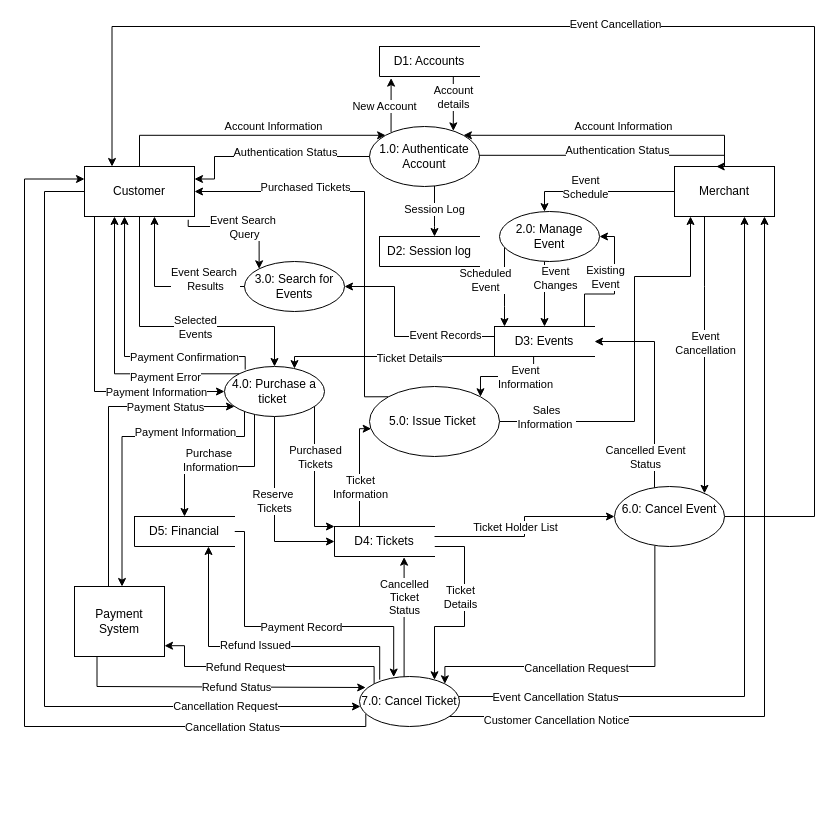
SteveWChang/UMGC-ITEC--630-Ticketing-System-Modeling-and-Analysis keeps this draw.io diagram as page "Level 1 Diagram" (2 of 9) of ITEC 630 DFD Ticket Mangement System .drawio. Above is the earlier version. Source tidied: cells renumbered, new cells numbered last; positions are measured from the earlier drawing's top-left corner, leaving out a move shared by most shapes. Both pictures are drawn from the tidied source at 100%, with x=0, y=0 at pixel (24, 26).
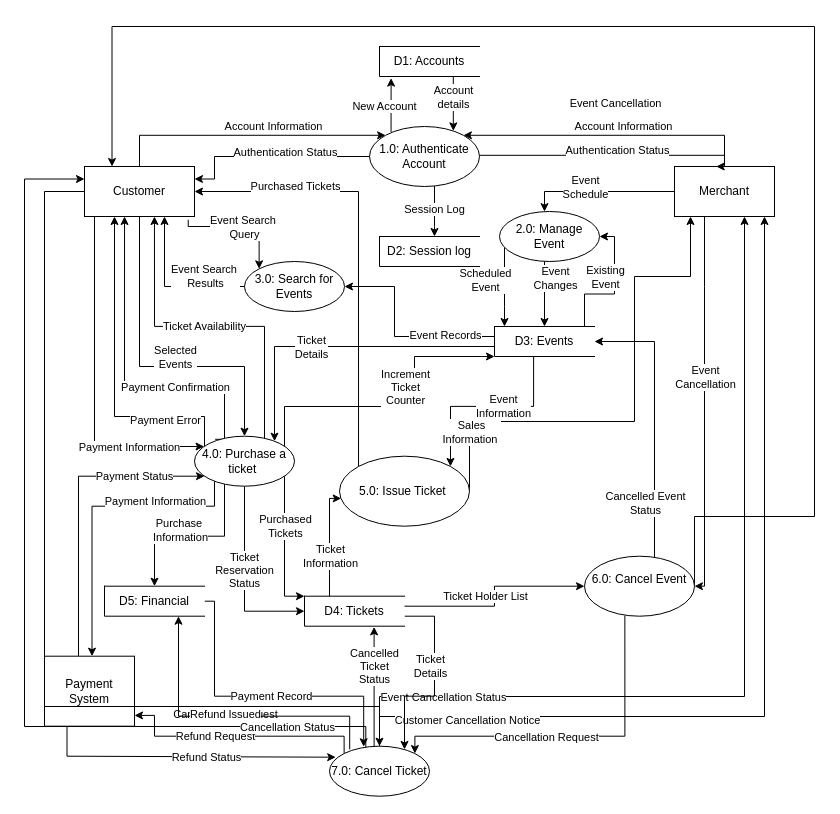
Above is the later version.

The change refers to these unchanged cells:
```xml
<mxCell id="22" value="D3: Events" style="html=1;dashed=0;whiteSpace=wrap;shape=partialRectangle;right=0;" parent="1" vertex="1">
  <mxGeometry x="470" y="300" width="100" height="30" as="geometry" />
</mxCell>
<mxCell id="40" value="Customer" style="html=1;dashed=0;whiteSpace=wrap;" parent="1" vertex="1">
  <mxGeometry x="60" y="140" width="110" height="50" as="geometry" />
</mxCell>
<mxCell id="54" value="3.0: Search for Events" style="shape=ellipse;html=1;dashed=0;whiteSpace=wrap;perimeter=ellipsePerimeter;" parent="1" vertex="1">
  <mxGeometry x="220" y="235" width="100" height="50" as="geometry" />
</mxCell>
```

Diff of the diagram source:
```diff
@@
     <mxCell id="18" style="edgeStyle=orthogonalEdgeStyle;rounded=0;jettySize=auto;html=1;" parent="1" edge="1" source="22" target="33">
       <mxGeometry x="0.08" relative="1" as="geometry">
         <Array as="points">
-          <mxPoint x="270" y="330" />
+          <mxPoint x="250" y="320" />
         </Array>
       </mxGeometry>
     </mxCell>
-    <mxCell id="19" value="Ticket Details" style="edgeLabel;html=1;align=center;verticalAlign=middle;" parent="18" vertex="1">
-      <mxGeometry x="-0.19" y="1" relative="1" as="geometry" />
+    <mxCell id="19" value="&lt;div&gt;Ticket&lt;/div&gt;&lt;div&gt;Details&lt;/div&gt;" style="edgeLabel;html=1;align=center;verticalAlign=middle;" parent="18" vertex="1">
+      <mxGeometry x="-0.19" y="1" relative="1" as="geometry">
+        <mxPoint x="-57" y="-1" as="offset" />
+      </mxGeometry>
     </mxCell>
@@
     <mxCell id="23" style="edgeStyle=orthogonalEdgeStyle;rounded=0;jettySize=auto;html=1;" parent="1" edge="1" source="33" target="46">
       <mxGeometry x="-0.67" relative="1" as="geometry">
         <Array as="points">
-          <mxPoint x="230" y="440" />
-          <mxPoint x="160" y="440" />
+          <mxPoint x="200" y="509.7" />
+          <mxPoint x="130" y="509.7" />
         </Array>
       </mxGeometry>
     </mxCell>
@@
     <mxCell id="25" style="edgeStyle=orthogonalEdgeStyle;rounded=0;jettySize=auto;html=1;strokeWidth=1;" parent="1" edge="1" source="33" target="43">
       <mxGeometry x="0.12" relative="1" as="geometry">
         <Array as="points">
-          <mxPoint x="220" y="410" />
-          <mxPoint x="97.5" y="410" />
+          <mxPoint x="190" y="479.7" />
+          <mxPoint x="67.5" y="479.7" />
         </Array>
       </mxGeometry>
     </mxCell>
@@
     <mxCell id="27" style="edgeStyle=orthogonalEdgeStyle;rounded=0;jettySize=auto;html=1;" parent="1" edge="1" source="33" target="96">
       <mxGeometry x="-0.61" relative="1" as="geometry">
         <Array as="points">
-          <mxPoint x="290" y="500" />
+          <mxPoint x="260" y="569.7" />
         </Array>
       </mxGeometry>
     </mxCell>
@@
     <mxCell id="29" style="edgeStyle=orthogonalEdgeStyle;rounded=0;jettySize=auto;html=1;exitX=0.207;exitY=0.062;exitDx=0;exitDy=0;exitPerimeter=0;entryX=0.364;entryY=1;entryDx=0;entryDy=0;entryPerimeter=0;" parent="1" edge="1" source="33" target="40">
-      <mxGeometry x="-0.03" relative="1" as="geometry">
+      <mxGeometry x="-0.16" relative="1" as="geometry">
         <Array as="points">
-          <mxPoint x="220.7" y="330" />
-          <mxPoint x="100" y="330" />
+          <mxPoint x="200" y="412.8" />
+          <mxPoint x="200" y="360" />
+          <mxPoint x="100" y="360" />
         </Array>
       </mxGeometry>
     </mxCell>
     <mxCell id="30" value="Payment Confirmation" style="edgeLabel;html=1;align=center;verticalAlign=middle;" parent="29" vertex="1">
       <mxGeometry x="-0.59" y="-1" relative="1" as="geometry">
-        <mxPoint x="-18" y="1" as="offset" />
+        <mxPoint x="-44" y="1" as="offset" />
       </mxGeometry>
     </mxCell>
     <mxCell id="31" style="edgeStyle=orthogonalEdgeStyle;rounded=0;jettySize=auto;html=1;" parent="1" edge="1" source="33" target="96">
       <mxGeometry relative="1" as="geometry">
         <Array as="points">
-          <mxPoint x="250" y="515" />
+          <mxPoint x="220" y="584.7" />
         </Array>
       </mxGeometry>
     </mxCell>
-    <mxCell id="32" value="&lt;div&gt;Reserve&amp;nbsp;&lt;/div&gt;&lt;div&gt;Tickets&lt;/div&gt;" style="edgeLabel;html=1;align=center;verticalAlign=middle;" parent="31" vertex="1">
+    <mxCell id="32" value="&lt;div&gt;Ticket&lt;/div&gt;&lt;div&gt;Reservation&lt;/div&gt;&lt;div&gt;Status&lt;/div&gt;" style="edgeLabel;html=1;align=center;verticalAlign=middle;" parent="31" vertex="1">
       <mxGeometry x="-0.09" y="-1" relative="1" as="geometry" />
     </mxCell>
+    <mxCell id="103" style="edgeStyle=orthogonalEdgeStyle;rounded=0;jettySize=auto;html=1;" parent="1" edge="1" source="33" target="22">
+      <mxGeometry x="-0.05" relative="1" as="geometry">
+        <Array as="points">
+          <mxPoint x="260" y="380" />
+          <mxPoint x="390" y="380" />
+          <mxPoint x="390" y="330" />
+        </Array>
+      </mxGeometry>
+    </mxCell>
+    <mxCell id="104" value="&lt;div&gt;Increment&lt;/div&gt;&lt;div&gt;Ticket&lt;/div&gt;&lt;div&gt;Counter&lt;/div&gt;" style="edgeLabel;html=1;align=center;verticalAlign=middle;" parent="103" vertex="1">
+      <mxGeometry x="-0.12" relative="1" as="geometry">
+        <mxPoint x="28" y="-20" as="offset" />
+      </mxGeometry>
+    </mxCell>
     <mxCell id="33" value="4.0: Purchase a ticket&amp;nbsp;" style="shape=ellipse;html=1;dashed=0;whiteSpace=wrap;perimeter=ellipsePerimeter;" parent="1" vertex="1">
-      <mxGeometry x="200" y="340" width="100" height="50" as="geometry" />
+      <mxGeometry x="170" y="409.7" width="100" height="50" as="geometry" />
     </mxCell>
     <mxCell id="34" style="edgeStyle=orthogonalEdgeStyle;rounded=0;jettySize=auto;html=1;" parent="1" edge="1" source="40" target="33">
       <mxGeometry x="0.34" relative="1" as="geometry">
         <Array as="points">
-          <mxPoint x="70" y="365" />
+          <mxPoint x="70" y="420" />
         </Array>
       </mxGeometry>
     </mxCell>
@@
     <mxCell id="41" style="edgeStyle=orthogonalEdgeStyle;rounded=0;jettySize=auto;html=1;strokeWidth=1;" parent="1" edge="1" source="43" target="33">
       <mxGeometry x="0.04" relative="1" as="geometry">
         <Array as="points">
-          <mxPoint x="84" y="380" />
+          <mxPoint x="54" y="449.7" />
         </Array>
       </mxGeometry>
     </mxCell>
@@
     <mxCell id="43" value="Payment System" style="html=1;dashed=0;whiteSpace=wrap;" parent="1" vertex="1">
-      <mxGeometry x="50" y="560" width="90" height="70" as="geometry" />
+      <mxGeometry x="20" y="629.7" width="90" height="70" as="geometry" />
     </mxCell>
     <mxCell id="44" style="edgeStyle=orthogonalEdgeStyle;rounded=0;jettySize=auto;html=1;entryX=0.342;entryY=0.011;entryDx=0;entryDy=0;entryPerimeter=0;" parent="1" edge="1" source="46" target="78">
       <mxGeometry x="-0.17" relative="1" as="geometry">
         <Array as="points">
-          <mxPoint x="220" y="600" />
-          <mxPoint x="369.2" y="600" />
+          <mxPoint x="190" y="669.7" />
+          <mxPoint x="339.2" y="669.7" />
         </Array>
       </mxGeometry>
     </mxCell>
@@
     <mxCell id="46" value="D5: Financial" style="html=1;dashed=0;whiteSpace=wrap;shape=partialRectangle;right=0;" parent="1" vertex="1">
-      <mxGeometry x="110" y="490" width="100" height="30" as="geometry" />
+      <mxGeometry x="80" y="559.7" width="100" height="30" as="geometry" />
     </mxCell>
     <mxCell id="47" style="edgeStyle=orthogonalEdgeStyle;rounded=0;jettySize=auto;html=1;exitX=0;exitY=0;exitDx=0;exitDy=0;strokeWidth=1;" parent="1" edge="1" source="51" target="40">
       <mxGeometry x="-0.47" relative="1" as="geometry">
         <Array as="points">
-          <mxPoint x="340" y="370.3" />
-          <mxPoint x="340" y="165" />
+          <mxPoint x="334" y="165" />
         </Array>
       </mxGeometry>
     </mxCell>
     <mxCell id="48" value="Purchased Tickets" style="edgeLabel;html=1;align=center;verticalAlign=middle;" parent="47" vertex="1">
       <mxGeometry x="-0.53" y="1" relative="1" as="geometry">
-        <mxPoint x="-59" y="-140" as="offset" />
+        <mxPoint x="-63" y="-177" as="offset" />
       </mxGeometry>
     </mxCell>
@@
     <mxCell id="51" value="5.0: Issue Ticket&amp;nbsp;" style="shape=ellipse;html=1;dashed=0;whiteSpace=wrap;perimeter=ellipsePerimeter;" parent="1" vertex="1">
-      <mxGeometry x="345" y="360" width="130" height="70" as="geometry" />
+      <mxGeometry x="315" y="429.7" width="130" height="70" as="geometry" />
     </mxCell>
     <mxCell id="52" style="edgeStyle=orthogonalEdgeStyle;rounded=0;jettySize=auto;html=1;" parent="1" edge="1" source="40" target="33">
       <mxGeometry x="0.82" relative="1" as="geometry">
         <Array as="points">
-          <mxPoint x="115" y="300" />
-          <mxPoint x="250" y="300" />
+          <mxPoint x="115" y="340" />
+          <mxPoint x="220" y="340" />
         </Array>
       </mxGeometry>
     </mxCell>
     <mxCell id="53" value="&lt;div&gt;Selected&lt;/div&gt;&lt;div&gt;Events&lt;/div&gt;" style="edgeLabel;html=1;align=center;verticalAlign=middle;" parent="52" vertex="1">
       <mxGeometry x="0.83" y="1" relative="1" as="geometry">
-        <mxPoint x="-81" y="-16" as="offset" />
+        <mxPoint x="-71" y="-52" as="offset" />
       </mxGeometry>
     </mxCell>
@@
     <mxCell id="55" style="edgeStyle=orthogonalEdgeStyle;rounded=0;jettySize=auto;html=1;exitX=0;exitY=0.5;exitDx=0;exitDy=0;" parent="1" edge="1" source="54" target="40">
       <mxGeometry x="0.12" relative="1" as="geometry">
         <Array as="points">
-          <mxPoint x="130" y="260" />
+          <mxPoint x="140" y="260" />
         </Array>
       </mxGeometry>
     </mxCell>
     <mxCell id="56" value="&lt;div&gt;Event Search&amp;nbsp;&lt;/div&gt;&lt;div&gt;Results&lt;/div&gt;" style="edgeLabel;html=1;align=center;verticalAlign=middle;" parent="55" vertex="1">
       <mxGeometry x="0.44" relative="1" as="geometry">
-        <mxPoint x="50" y="17" as="offset" />
+        <mxPoint x="40" y="17" as="offset" />
       </mxGeometry>
     </mxCell>
@@
     <mxCell id="70" style="edgeStyle=orthogonalEdgeStyle;rounded=0;jettySize=auto;html=1;entryX=1;entryY=0.846;entryDx=0;entryDy=0;exitX=0;exitY=0;exitDx=0;exitDy=0;entryPerimeter=0;" parent="1" edge="1" source="78" target="43">
       <mxGeometry x="0.42" relative="1" as="geometry">
         <Array as="points">
-          <mxPoint x="349.6" y="640" />
-          <mxPoint x="160" y="640" />
-          <mxPoint x="160" y="619.2" />
+          <mxPoint x="319.6" y="709.7" />
+          <mxPoint x="130" y="709.7" />
+          <mxPoint x="130" y="688.9" />
         </Array>
       </mxGeometry>
     </mxCell>
@@
     <mxCell id="78" value="&lt;div&gt;7.0: Cancel Ticket&lt;/div&gt;" style="shape=ellipse;html=1;dashed=0;whiteSpace=wrap;perimeter=ellipsePerimeter;" parent="1" vertex="1">
-      <mxGeometry x="335" y="650" width="100" height="50" as="geometry" />
+      <mxGeometry x="305" y="719.7" width="100" height="50" as="geometry" />
     </mxCell>
@@
     <mxCell id="85" value="&lt;div&gt;6.0: Cancel Event&lt;/div&gt;&lt;div&gt;&lt;br&gt;&lt;/div&gt;" style="shape=ellipse;html=1;dashed=0;whiteSpace=wrap;perimeter=ellipsePerimeter;" parent="1" vertex="1">
-      <mxGeometry x="590" y="460" width="110" height="60" as="geometry" />
+      <mxGeometry x="560" y="529.7" width="110" height="60" as="geometry" />
     </mxCell>
@@
     <mxCell id="88" style="edgeStyle=orthogonalEdgeStyle;rounded=0;jettySize=auto;html=1;entryX=0.062;entryY=0.22;entryDx=0;entryDy=0;exitX=0.25;exitY=1;exitDx=0;exitDy=0;entryPerimeter=0;" parent="1" edge="1" source="43" target="78">
       <mxGeometry x="-0.01" relative="1" as="geometry">
         <Array as="points">
-          <mxPoint x="72.5" y="660" />
-          <mxPoint x="341.2" y="660" />
+          <mxPoint x="42.5" y="729.7" />
+          <mxPoint x="311.2" y="729.7" />
         </Array>
       </mxGeometry>
     </mxCell>
@@
     <mxCell id="90" style="edgeStyle=orthogonalEdgeStyle;rounded=0;jettySize=auto;html=1;exitX=0.202;exitY=0.063;exitDx=0;exitDy=0;exitPerimeter=0;" parent="1" edge="1" source="78" target="46">
       <mxGeometry x="0.16" relative="1" as="geometry">
         <Array as="points">
-          <mxPoint x="355.2" y="620" />
-          <mxPoint x="184" y="620" />
+          <mxPoint x="325.2" y="689.7" />
+          <mxPoint x="154" y="689.7" />
         </Array>
       </mxGeometry>
     </mxCell>
@@
     <mxCell id="92" style="edgeStyle=orthogonalEdgeStyle;rounded=0;jettySize=auto;html=1;exitX=0.25;exitY=0;exitDx=0;exitDy=0;entryX=0.013;entryY=0.603;entryDx=0;entryDy=0;entryPerimeter=0;" parent="1" edge="1" source="96" target="51">
       <mxGeometry x="-0.02" relative="1" as="geometry">
         <Array as="points">
-          <mxPoint x="335" y="402.2" />
+          <mxPoint x="305" y="471.9" />
         </Array>
       </mxGeometry>
     </mxCell>
@@
     <mxCell id="94" style="edgeStyle=orthogonalEdgeStyle;rounded=0;jettySize=auto;html=1;entryX=0.75;entryY=0.065;entryDx=0;entryDy=0;entryPerimeter=0;" parent="1" edge="1" source="96" target="78">
       <mxGeometry x="-0.03" relative="1" as="geometry">
         <Array as="points">
-          <mxPoint x="440" y="520" />
-          <mxPoint x="440" y="600" />
-          <mxPoint x="410" y="600" />
+          <mxPoint x="410" y="589.7" />
+          <mxPoint x="410" y="669.7" />
+          <mxPoint x="380" y="669.7" />
         </Array>
       </mxGeometry>
     </mxCell>
@@
     <mxCell id="96" value="D4: Tickets" style="html=1;dashed=0;whiteSpace=wrap;shape=partialRectangle;right=0;" parent="1" vertex="1">
-      <mxGeometry x="310" y="500" width="100" height="30" as="geometry" />
+      <mxGeometry x="280" y="569.7" width="100" height="30" as="geometry" />
     </mxCell>
     <mxCell id="97" style="edgeStyle=orthogonalEdgeStyle;rounded=0;jettySize=auto;html=1;exitX=0.367;exitY=0.99;exitDx=0;exitDy=0;exitPerimeter=0;entryX=1;entryY=0;entryDx=0;entryDy=0;" parent="1" edge="1" source="85" target="78">
       <mxGeometry x="0.01" relative="1" as="geometry">
         <Array as="points">
-          <mxPoint x="630.4" y="640" />
-          <mxPoint x="420.4" y="640" />
+          <mxPoint x="600.4" y="709.7" />
+          <mxPoint x="390.4" y="709.7" />
         </Array>
       </mxGeometry>
     </mxCell>
@@
     <mxCell id="99" style="edgeStyle=orthogonalEdgeStyle;rounded=0;jettySize=auto;html=1;" parent="1" edge="1" source="96" target="85">
       <mxGeometry x="-0.07" relative="1" as="geometry">
         <Array as="points">
-          <mxPoint x="500" y="510" />
-          <mxPoint x="500" y="490" />
+          <mxPoint x="470" y="579.7" />
+          <mxPoint x="470" y="559.7" />
         </Array>
       </mxGeometry>
     </mxCell>
@@
     <mxCell id="101" style="edgeStyle=orthogonalEdgeStyle;rounded=0;jettySize=auto;html=1;" parent="1" edge="1" source="33" target="40">
-      <mxGeometry x="0.03" relative="1" as="geometry">
+      <mxGeometry x="-0.06" relative="1" as="geometry">
         <Array as="points">
-          <mxPoint x="90" y="347.3" />
+          <mxPoint x="180" y="390" />
+          <mxPoint x="90" y="390" />
         </Array>
       </mxGeometry>
     </mxCell>
     <mxCell id="102" value="Payment Error" style="edgeLabel;html=1;align=center;verticalAlign=middle;" parent="101" vertex="1">
-      <mxGeometry x="-0.23" y="-2" relative="1" as="geometry">
+      <mxGeometry x="-0.35" y="-2" relative="1" as="geometry">
         <mxPoint x="35" y="5" as="offset" />
       </mxGeometry>
     </mxCell>
+    <mxCell id="105" style="edgeStyle=orthogonalEdgeStyle;rounded=0;jettySize=auto;html=1;entryX=0.636;entryY=1;entryDx=0;entryDy=0;entryPerimeter=0;" parent="1" edge="1" source="33" target="40">
+      <mxGeometry x="0.07" relative="1" as="geometry">
+        <Array as="points">
+          <mxPoint x="240" y="299.9" />
+          <mxPoint x="130" y="299.9" />
+        </Array>
+      </mxGeometry>
+    </mxCell>
+    <mxCell id="106" value="Ticket Availability" style="edgeLabel;html=1;align=center;verticalAlign=middle;" parent="105" vertex="1">
+      <mxGeometry x="0.09" relative="1" as="geometry">
+        <mxPoint x="9" as="offset" />
+      </mxGeometry>
+    </mxCell>
```
